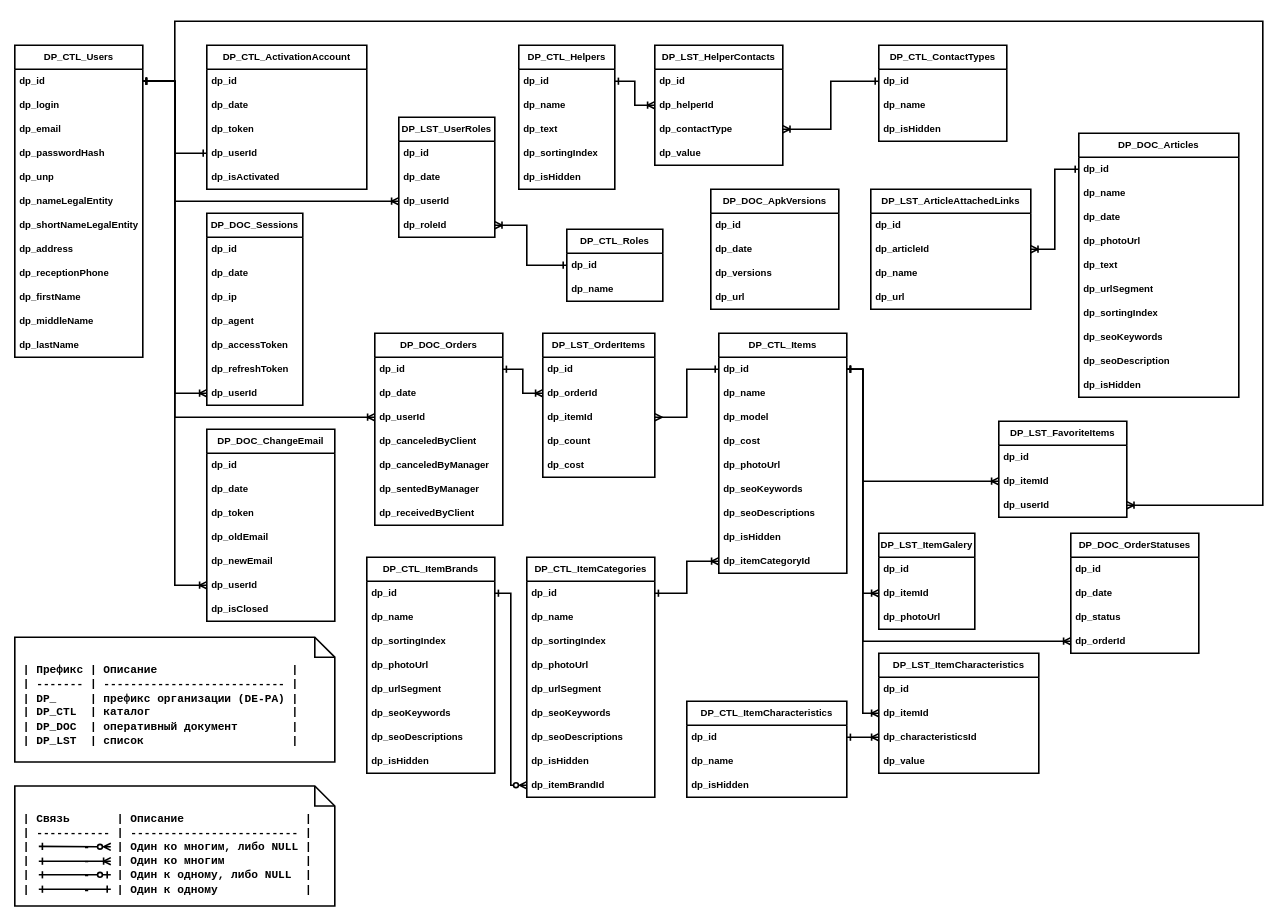
Earlier version of the draw.io diagram sources/images/db/db.drawio (Pavel-Innokentevich-Galanin/dp_report). Source tidied: cells renumbered, new cells numbered last; positions are measured from the earlier drawing's top-left corner, leaving out a move shared by most shapes. Both pictures are drawn from the tidied source at 80%, with x=0, y=0 at pixel (14, 21).
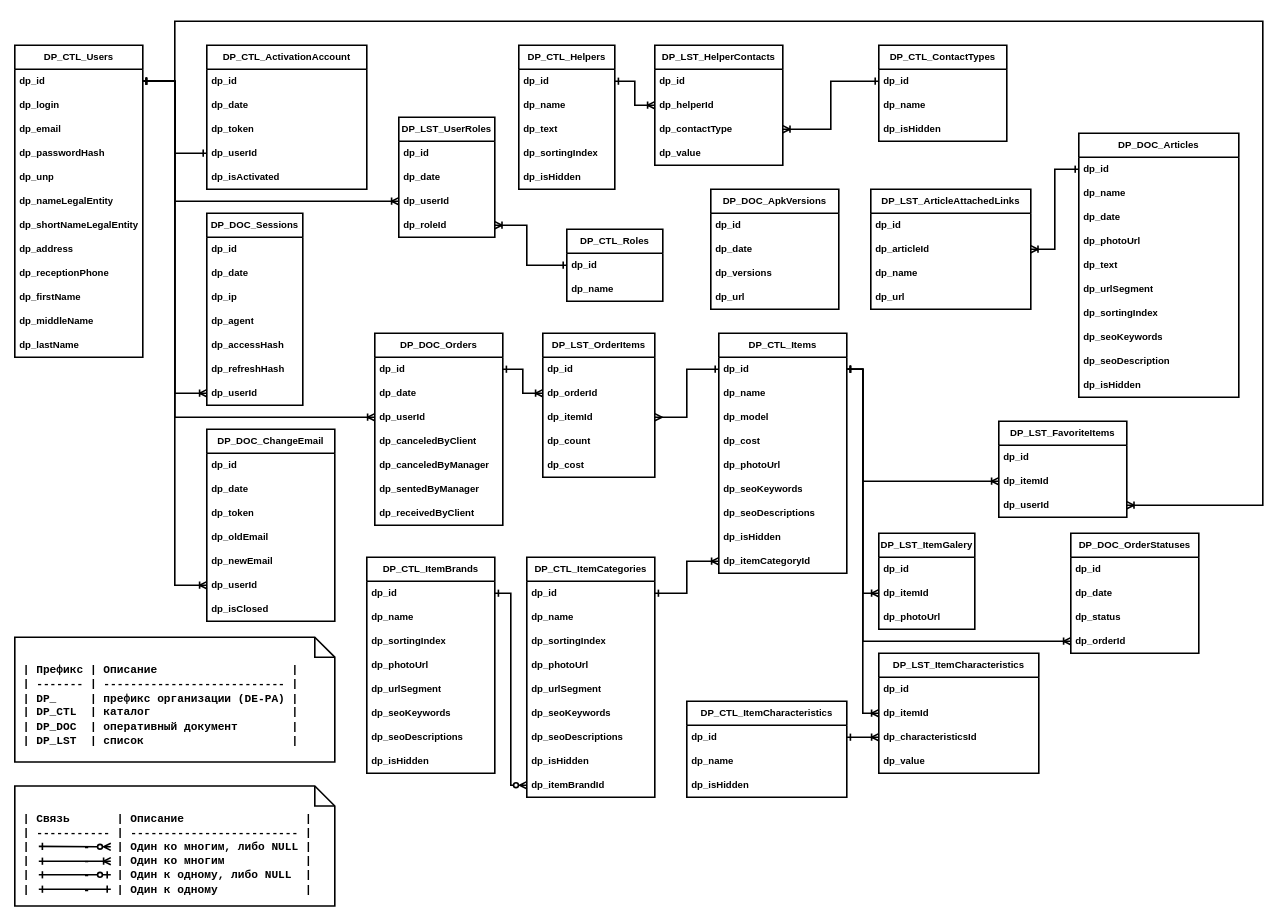
After the change.

Unchanged cells that the change refers to:
```xml
<mxCell id="21" value="DP_DOC_Sessions" style="swimlane;fontStyle=1;horizontal=1;startSize=30;whiteSpace=wrap;html=1;strokeWidth=2;" parent="1" vertex="1">
  <mxGeometry x="240" y="240" width="120" height="240" as="geometry" />
</mxCell>
```

Diff of the diagram source:
```diff
@@
-    <mxCell id="26" value="dp_accessToken" style="text;strokeColor=none;fillColor=none;align=left;verticalAlign=middle;spacingLeft=4;spacingRight=4;overflow=hidden;whiteSpace=wrap;html=1;strokeWidth=2;fontStyle=1;" parent="21" vertex="1">
+    <mxCell id="26" value="dp_accessHash" style="text;strokeColor=none;fillColor=none;align=left;verticalAlign=middle;spacingLeft=4;spacingRight=4;overflow=hidden;whiteSpace=wrap;html=1;strokeWidth=2;fontStyle=1;" parent="21" vertex="1">
       <mxGeometry y="150" width="120" height="30" as="geometry" />
     </mxCell>
-    <mxCell id="27" value="dp_refreshToken" style="text;strokeColor=none;fillColor=none;align=left;verticalAlign=middle;spacingLeft=4;spacingRight=4;overflow=hidden;whiteSpace=wrap;html=1;strokeWidth=2;fontStyle=1;" parent="21" vertex="1">
+    <mxCell id="27" value="dp_refreshHash" style="text;strokeColor=none;fillColor=none;align=left;verticalAlign=middle;spacingLeft=4;spacingRight=4;overflow=hidden;whiteSpace=wrap;html=1;strokeWidth=2;fontStyle=1;" parent="21" vertex="1">
       <mxGeometry y="180" width="120" height="30" as="geometry" />
     </mxCell>
```
